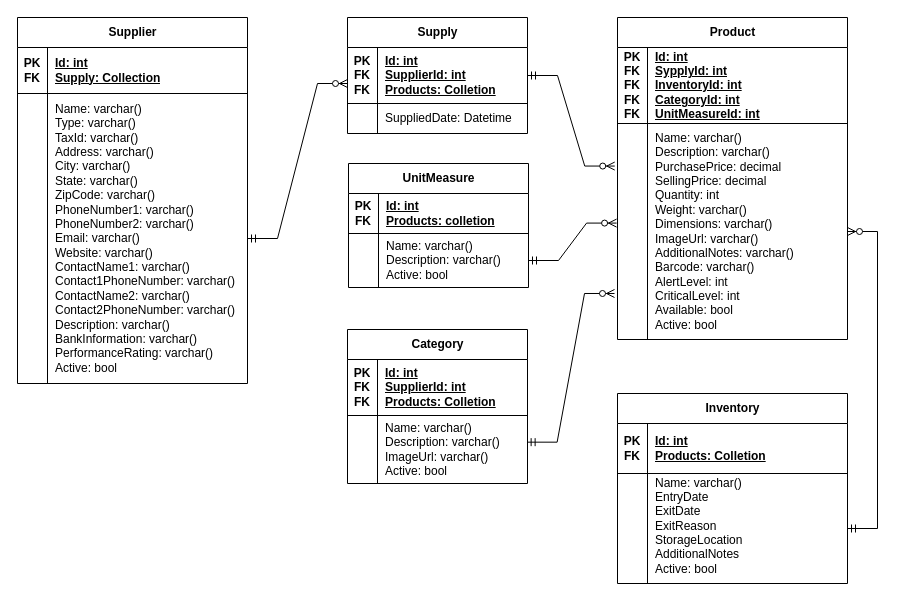
Above: DB.drawio in TechMinds-Group/Inventory-control (draw.io), before the change. Source tidied: cells renumbered, new cells numbered last; positions are measured from the earlier drawing's top-left corner, leaving out a move shared by most shapes. Both pictures are drawn from the tidied source at 100%, with x=0, y=0 at pixel (17, 17).
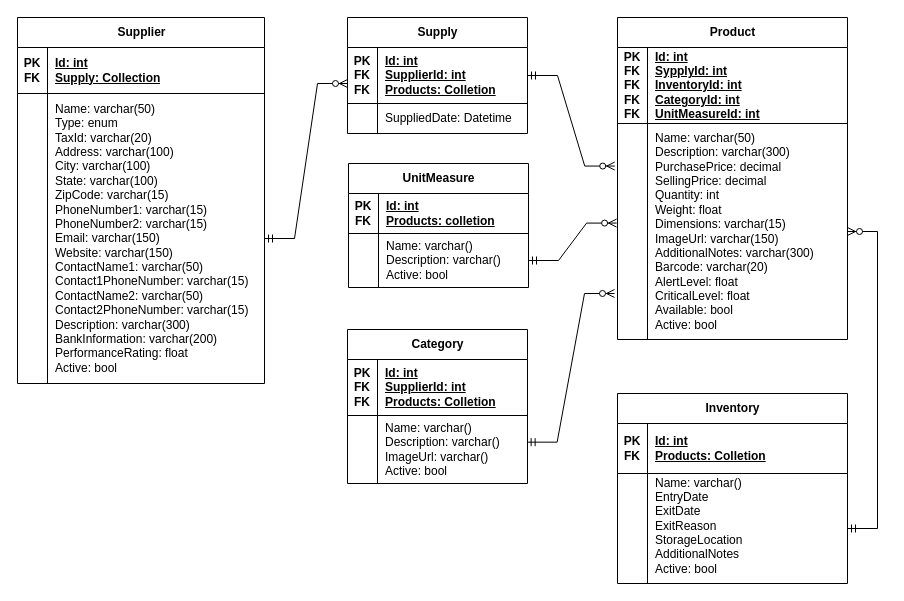
After the change.

The change refers to these unchanged cells:
```xml
<mxCell id="21" style="shape=tableRow;horizontal=0;startSize=0;swimlaneHead=0;swimlaneBody=0;fillColor=none;points=[[0,0.5],[1,0.5]];portConstraint=eastwest;top=0;left=0;right=0;bottom=0;" parent="17" vertex="1">
  <mxGeometry y="106" width="230" height="216" as="geometry" />
</mxCell>
```

What changed in the source:
```diff
@@
     <mxCell id="2" value="Supplier" style="shape=table;startSize=30;childLayout=tableLayout;rowLines=0;fontStyle=1;align=center;html=1;" parent="1" vertex="1">
-      <mxGeometry width="230" height="366" as="geometry" />
+      <mxGeometry width="247" height="366" as="geometry" />
     </mxCell>
     <mxCell id="3" style="shape=tableRow;horizontal=0;startSize=0;swimlaneHead=0;swimlaneBody=0;fillColor=none;top=0;left=0;right=0;bottom=1;" parent="2" vertex="1">
-      <mxGeometry y="30" width="230" height="46" as="geometry" />
+      <mxGeometry y="30" width="247" height="46" as="geometry" />
     </mxCell>
@@
     <mxCell id="5" value="Id: int&lt;br&gt;Supply: Collection" style="shape=partialRectangle;fillColor=none;top=0;left=0;bottom=0;right=0;align=left;spacingLeft=6;fontStyle=5;overflow=hidden;whiteSpace=wrap;html=1;" parent="3" vertex="1">
-      <mxGeometry x="30" width="200" height="46" as="geometry" />
+      <mxGeometry x="30" width="217" height="46" as="geometry" />
     </mxCell>
     <mxCell id="6" style="shape=tableRow;horizontal=0;startSize=0;swimlaneHead=0;swimlaneBody=0;fillColor=none;points=[[0,0.5],[1,0.5]];portConstraint=eastwest;top=0;left=0;right=0;bottom=0;" parent="2" vertex="1">
-      <mxGeometry y="76" width="230" height="290" as="geometry" />
+      <mxGeometry y="76" width="247" height="290" as="geometry" />
     </mxCell>
@@
-    <mxCell id="8" value="Name: varchar()&lt;br&gt;Type: varchar()&lt;br&gt;TaxId: varchar()&lt;br&gt;Address: varchar()&lt;br&gt;City: varchar()&lt;br&gt;State: varchar()&lt;br&gt;ZipCode: varchar()&lt;br&gt;PhoneNumber1: varchar()&lt;br&gt;PhoneNumber2: varchar()&lt;br&gt;Email: varchar()&lt;br&gt;Website: varchar()&lt;br&gt;ContactName1: varchar()&lt;br&gt;Contact1PhoneNumber: varchar()&lt;br&gt;ContactName2: varchar()&lt;br&gt;Contact2PhoneNumber: varchar()&lt;br&gt;Description: varchar()&lt;br&gt;BankInformation: varchar()&lt;br&gt;PerformanceRating: varchar()&lt;br&gt;Active: bool" style="shape=partialRectangle;fillColor=none;top=0;left=0;bottom=0;right=0;align=left;spacingLeft=6;overflow=hidden;whiteSpace=wrap;html=1;" parent="6" vertex="1">
-      <mxGeometry x="30" width="200" height="290" as="geometry" />
+    <mxCell id="8" value="Name: varchar(50)&lt;br&gt;Type: enum&lt;br&gt;TaxId: varchar(20)&lt;br&gt;Address: varchar(100)&lt;br&gt;City: varchar(100)&lt;br&gt;State: varchar(100)&lt;br&gt;ZipCode: varchar(15)&lt;br&gt;PhoneNumber1: varchar(15)&lt;br&gt;PhoneNumber2: varchar(15)&lt;br&gt;Email: varchar(150)&lt;br&gt;Website: varchar(150)&lt;br&gt;ContactName1: varchar(50)&lt;br&gt;Contact1PhoneNumber: varchar(15)&lt;br&gt;ContactName2: varchar(50)&lt;br&gt;Contact2PhoneNumber: varchar(15)&lt;br&gt;Description: varchar(300)&lt;br&gt;BankInformation: varchar(200)&lt;br&gt;PerformanceRating: float&lt;br&gt;Active: bool" style="shape=partialRectangle;fillColor=none;top=0;left=0;bottom=0;right=0;align=left;spacingLeft=6;overflow=hidden;whiteSpace=wrap;html=1;" parent="6" vertex="1">
+      <mxGeometry x="30" width="217" height="290" as="geometry" />
     </mxCell>
@@
-    <mxCell id="23" value="Name: varchar()&lt;br&gt;Description: varchar()&lt;br&gt;PurchasePrice: decimal&lt;br&gt;SellingPrice: decimal&lt;br&gt;Quantity: int&lt;br&gt;Weight: varchar()&lt;br&gt;Dimensions: varchar()&lt;br&gt;ImageUrl: varchar()&lt;br&gt;AdditionalNotes: varchar()&lt;br&gt;Barcode: varchar()&lt;br&gt;AlertLevel: int&lt;br&gt;CriticalLevel: int&lt;br&gt;Available: bool&lt;br&gt;Active: bool" style="shape=partialRectangle;fillColor=none;top=0;left=0;bottom=0;right=0;align=left;spacingLeft=6;overflow=hidden;whiteSpace=wrap;html=1;" parent="21" vertex="1">
+    <mxCell id="23" value="Name: varchar(50)&lt;br&gt;Description: varchar(300)&lt;br&gt;PurchasePrice: decimal&lt;br&gt;SellingPrice: decimal&lt;br&gt;Quantity: int&lt;br&gt;Weight: float&lt;br&gt;Dimensions: varchar(15)&lt;br&gt;ImageUrl: varchar(150)&lt;br&gt;AdditionalNotes: varchar(300)&lt;br&gt;Barcode: varchar(20)&lt;br&gt;AlertLevel: float&lt;br&gt;CriticalLevel: float&lt;br&gt;Available: bool&lt;br&gt;Active: bool" style="shape=partialRectangle;fillColor=none;top=0;left=0;bottom=0;right=0;align=left;spacingLeft=6;overflow=hidden;whiteSpace=wrap;html=1;" parent="21" vertex="1">
       <mxGeometry x="30" width="200" height="216" as="geometry" />
     </mxCell>
```
